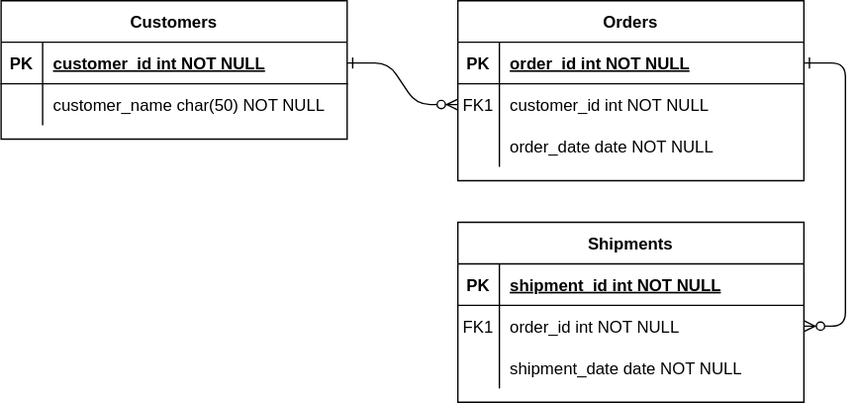
The draw.io diagram document/project-board-erd.svg in hhongyeahh/project-board, before a commit. Source tidied: cells renumbered, new cells last; positions are measured from the earlier drawing's top-left corner, leaving out a move shared by most shapes. The source it was exported from:
```xml
<mxGraphModel>
  <root>
    <mxCell id="0" />
    <mxCell id="1" parent="0" />
    <mxCell id="2" style="edgeStyle=entityRelationEdgeStyle;endArrow=ERzeroToMany;startArrow=ERone;endFill=1;startFill=0;" parent="1" edge="1" source="25" target="8">
      <mxGeometry relative="1" as="geometry" />
    </mxCell>
    <mxCell id="3" style="edgeStyle=entityRelationEdgeStyle;endArrow=ERzeroToMany;startArrow=ERone;endFill=1;startFill=0;" parent="1" edge="1" source="5" target="18">
      <mxGeometry relative="1" as="geometry" />
    </mxCell>
    <mxCell id="4" value="Orders" style="shape=table;startSize=30;rowLines=0;fontStyle=1;align=center;" parent="1" vertex="1">
      <mxGeometry x="330" width="250" height="130" as="geometry" />
    </mxCell>
    <mxCell id="5" style="shape=partialRectangle;fillColor=none;points=[[0,0.5],[1,0.5]];portConstraint=eastwest;top=0;left=0;right=0;bottom=1;" parent="4" vertex="1">
      <mxGeometry y="30" width="250" height="30" as="geometry" />
    </mxCell>
    <mxCell id="6" value="PK" style="shape=partialRectangle;overflow=hidden;fillColor=none;top=0;left=0;bottom=0;right=0;fontStyle=1;" parent="5" vertex="1">
      <mxGeometry width="30" height="30" as="geometry" />
    </mxCell>
    <mxCell id="7" value="order_id int NOT NULL " style="shape=partialRectangle;overflow=hidden;fillColor=none;top=0;left=0;bottom=0;right=0;align=left;spacingLeft=6;fontStyle=5;" parent="5" vertex="1">
      <mxGeometry x="30" width="220" height="30" as="geometry" />
    </mxCell>
    <mxCell id="8" style="shape=partialRectangle;fillColor=none;points=[[0,0.5],[1,0.5]];portConstraint=eastwest;top=0;left=0;right=0;bottom=0;" parent="4" vertex="1">
      <mxGeometry y="60" width="250" height="30" as="geometry" />
    </mxCell>
    <mxCell id="9" value="FK1" style="shape=partialRectangle;overflow=hidden;fillColor=none;top=0;left=0;bottom=0;right=0;" parent="8" vertex="1">
      <mxGeometry width="30" height="30" as="geometry" />
    </mxCell>
    <mxCell id="10" value="customer_id int NOT NULL" style="shape=partialRectangle;overflow=hidden;fillColor=none;top=0;left=0;bottom=0;right=0;align=left;spacingLeft=6;" parent="8" vertex="1">
      <mxGeometry x="30" width="220" height="30" as="geometry" />
    </mxCell>
    <mxCell id="11" style="shape=partialRectangle;fillColor=none;top=0;left=0;right=0;bottom=0;" parent="4" vertex="1">
      <mxGeometry y="90" width="250" height="30" as="geometry" />
    </mxCell>
    <mxCell id="12" style="shape=partialRectangle;overflow=hidden;fillColor=none;top=0;left=0;bottom=0;right=0;" parent="11" vertex="1">
      <mxGeometry width="30" height="30" as="geometry" />
    </mxCell>
    <mxCell id="13" value="order_date date NOT NULL" style="shape=partialRectangle;overflow=hidden;fillColor=none;top=0;left=0;bottom=0;right=0;align=left;spacingLeft=6;" parent="11" vertex="1">
      <mxGeometry x="30" width="220" height="30" as="geometry" />
    </mxCell>
    <mxCell id="14" value="Shipments" style="shape=table;startSize=30;rowLines=0;fontStyle=1;align=center;" parent="1" vertex="1">
      <mxGeometry x="330" y="160" width="250" height="130" as="geometry" />
    </mxCell>
    <mxCell id="15" style="shape=partialRectangle;fillColor=none;top=0;left=0;right=0;bottom=1;" parent="14" vertex="1">
      <mxGeometry y="30" width="250" height="30" as="geometry" />
    </mxCell>
    <mxCell id="16" value="PK" style="shape=partialRectangle;overflow=hidden;fillColor=none;top=0;left=0;bottom=0;right=0;fontStyle=1;" parent="15" vertex="1">
      <mxGeometry width="30" height="30" as="geometry" />
    </mxCell>
    <mxCell id="17" value="shipment_id int NOT NULL " style="shape=partialRectangle;overflow=hidden;fillColor=none;top=0;left=0;bottom=0;right=0;align=left;spacingLeft=6;fontStyle=5;" parent="15" vertex="1">
      <mxGeometry x="30" width="220" height="30" as="geometry" />
    </mxCell>
    <mxCell id="18" style="shape=partialRectangle;fillColor=none;points=[[0,0.5],[1,0.5]];portConstraint=eastwest;top=0;left=0;right=0;bottom=0;" parent="14" vertex="1">
      <mxGeometry y="60" width="250" height="30" as="geometry" />
    </mxCell>
    <mxCell id="19" value="FK1" style="shape=partialRectangle;overflow=hidden;fillColor=none;top=0;left=0;bottom=0;right=0;" parent="18" vertex="1">
      <mxGeometry width="30" height="30" as="geometry" />
    </mxCell>
    <mxCell id="20" value="order_id int NOT NULL" style="shape=partialRectangle;overflow=hidden;fillColor=none;top=0;left=0;bottom=0;right=0;align=left;spacingLeft=6;" parent="18" vertex="1">
      <mxGeometry x="30" width="220" height="30" as="geometry" />
    </mxCell>
    <mxCell id="21" style="shape=partialRectangle;fillColor=none;top=0;left=0;right=0;bottom=0;" parent="14" vertex="1">
      <mxGeometry y="90" width="250" height="30" as="geometry" />
    </mxCell>
    <mxCell id="22" style="shape=partialRectangle;overflow=hidden;fillColor=none;top=0;left=0;bottom=0;right=0;" parent="21" vertex="1">
      <mxGeometry width="30" height="30" as="geometry" />
    </mxCell>
    <mxCell id="23" value="shipment_date date NOT NULL" style="shape=partialRectangle;overflow=hidden;fillColor=none;top=0;left=0;bottom=0;right=0;align=left;spacingLeft=6;" parent="21" vertex="1">
      <mxGeometry x="30" width="220" height="30" as="geometry" />
    </mxCell>
    <mxCell id="24" value="Customers" style="shape=table;startSize=30;rowLines=0;fontStyle=1;align=center;" parent="1" vertex="1">
      <mxGeometry width="250" height="100" as="geometry" />
    </mxCell>
    <mxCell id="25" style="shape=partialRectangle;fillColor=none;points=[[0,0.5],[1,0.5]];portConstraint=eastwest;top=0;left=0;right=0;bottom=1;" parent="24" vertex="1">
      <mxGeometry y="30" width="250" height="30" as="geometry" />
    </mxCell>
    <mxCell id="26" value="PK" style="shape=partialRectangle;overflow=hidden;fillColor=none;top=0;left=0;bottom=0;right=0;fontStyle=1;" parent="25" vertex="1">
      <mxGeometry width="30" height="30" as="geometry" />
    </mxCell>
    <mxCell id="27" value="customer_id int NOT NULL " style="shape=partialRectangle;overflow=hidden;fillColor=none;top=0;left=0;bottom=0;right=0;align=left;spacingLeft=6;fontStyle=5;" parent="25" vertex="1">
      <mxGeometry x="30" width="220" height="30" as="geometry" />
    </mxCell>
    <mxCell id="28" style="shape=partialRectangle;fillColor=none;top=0;left=0;right=0;bottom=0;" parent="24" vertex="1">
      <mxGeometry y="60" width="250" height="30" as="geometry" />
    </mxCell>
    <mxCell id="29" style="shape=partialRectangle;overflow=hidden;fillColor=none;top=0;left=0;bottom=0;right=0;" parent="28" vertex="1">
      <mxGeometry width="30" height="30" as="geometry" />
    </mxCell>
    <mxCell id="30" value="customer_name char(50) NOT NULL" style="shape=partialRectangle;overflow=hidden;fillColor=none;top=0;left=0;bottom=0;right=0;align=left;spacingLeft=6;" parent="28" vertex="1">
      <mxGeometry x="30" width="220" height="30" as="geometry" />
    </mxCell>
  </root>
</mxGraphModel>
```
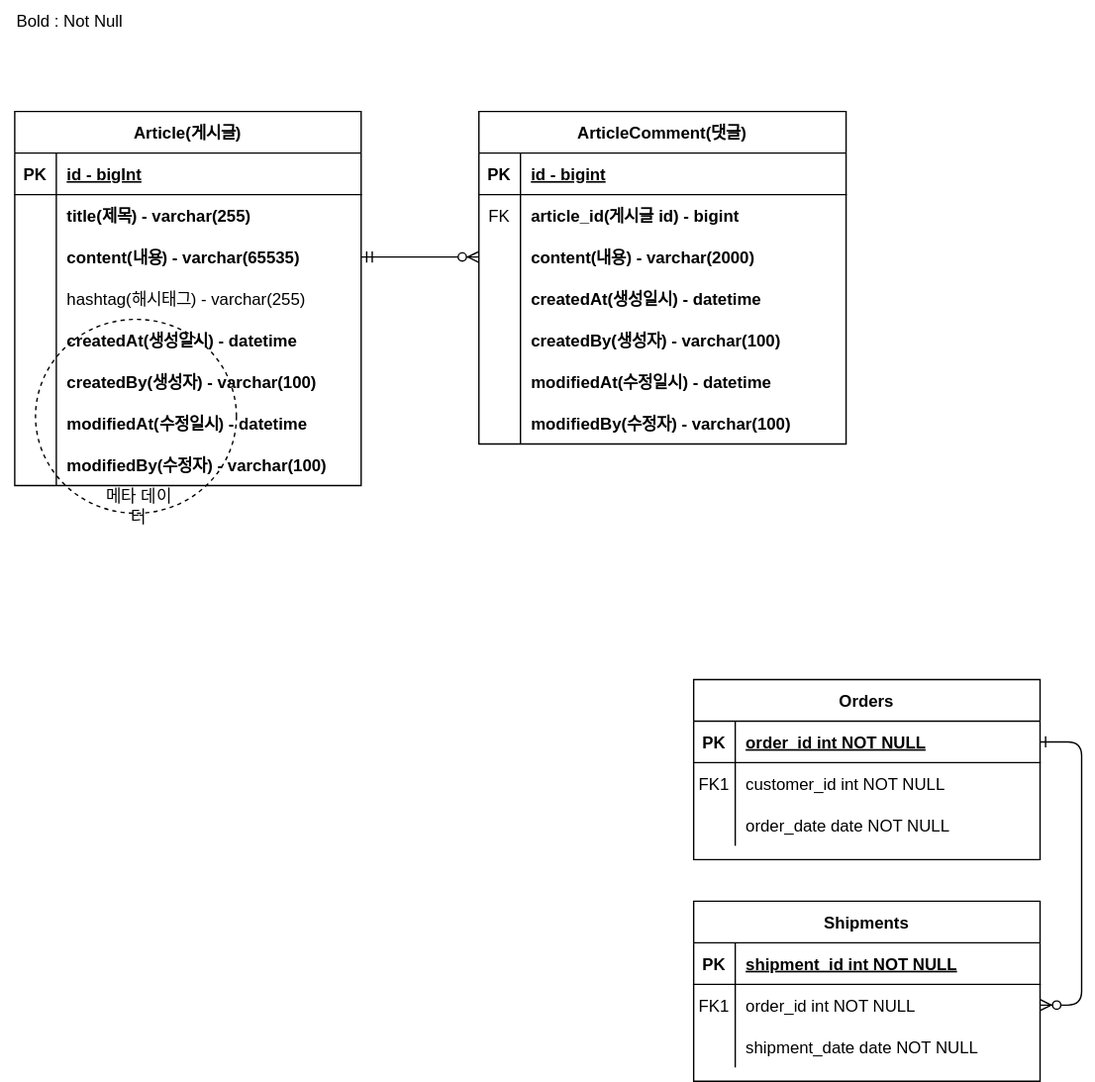
The same file after the commit.

The edit, as a diff of the source:
```diff
@@ -2,9 +2,6 @@
   <root>
     <mxCell id="0" />
     <mxCell id="1" parent="0" />
-    <mxCell id="2" style="edgeStyle=entityRelationEdgeStyle;endArrow=ERzeroToMany;startArrow=ERone;endFill=1;startFill=0;" parent="1" edge="1" source="25" target="8">
-      <mxGeometry relative="1" as="geometry" />
-    </mxCell>
     <mxCell id="3" style="edgeStyle=entityRelationEdgeStyle;endArrow=ERzeroToMany;startArrow=ERone;endFill=1;startFill=0;" parent="1" edge="1" source="5" target="18">
       <mxGeometry relative="1" as="geometry" />
     </mxCell>
@@ -68,8 +65,8 @@
     <mxCell id="23" value="shipment_date date NOT NULL" style="shape=partialRectangle;overflow=hidden;fillColor=none;top=0;left=0;bottom=0;right=0;align=left;spacingLeft=6;" parent="21" vertex="1">
       <mxGeometry x="30" width="220" height="30" as="geometry" />
     </mxCell>
-    <mxCell id="24" value="Customers" style="shape=table;startSize=30;rowLines=0;fontStyle=1;align=center;" parent="1" vertex="1">
-      <mxGeometry width="250" height="100" as="geometry" />
+    <mxCell id="24" value="Article(게시글)" style="shape=table;startSize=30;rowLines=0;fontStyle=1;align=center;" parent="1" vertex="1">
+      <mxGeometry x="-160" y="-410" width="250" height="270" as="geometry" />
     </mxCell>
     <mxCell id="25" style="shape=partialRectangle;fillColor=none;points=[[0,0.5],[1,0.5]];portConstraint=eastwest;top=0;left=0;right=0;bottom=1;" parent="24" vertex="1">
       <mxGeometry y="30" width="250" height="30" as="geometry" />
@@ -77,7 +74,7 @@
     <mxCell id="26" value="PK" style="shape=partialRectangle;overflow=hidden;fillColor=none;top=0;left=0;bottom=0;right=0;fontStyle=1;" parent="25" vertex="1">
       <mxGeometry width="30" height="30" as="geometry" />
     </mxCell>
-    <mxCell id="27" value="customer_id int NOT NULL " style="shape=partialRectangle;overflow=hidden;fillColor=none;top=0;left=0;bottom=0;right=0;align=left;spacingLeft=6;fontStyle=5;" parent="25" vertex="1">
+    <mxCell id="27" value="id - bigInt" style="shape=partialRectangle;overflow=hidden;fillColor=none;top=0;left=0;bottom=0;right=0;align=left;spacingLeft=6;fontStyle=5;" parent="25" vertex="1">
       <mxGeometry x="30" width="220" height="30" as="geometry" />
     </mxCell>
     <mxCell id="28" style="shape=partialRectangle;fillColor=none;top=0;left=0;right=0;bottom=0;" parent="24" vertex="1">
@@ -86,8 +83,140 @@
     <mxCell id="29" style="shape=partialRectangle;overflow=hidden;fillColor=none;top=0;left=0;bottom=0;right=0;" parent="28" vertex="1">
       <mxGeometry width="30" height="30" as="geometry" />
     </mxCell>
-    <mxCell id="30" value="customer_name char(50) NOT NULL" style="shape=partialRectangle;overflow=hidden;fillColor=none;top=0;left=0;bottom=0;right=0;align=left;spacingLeft=6;" parent="28" vertex="1">
+    <mxCell id="30" value="title(제목) - varchar(255) " style="shape=partialRectangle;overflow=hidden;fillColor=none;top=0;left=0;bottom=0;right=0;align=left;spacingLeft=6;fontStyle=1;" parent="28" vertex="1">
       <mxGeometry x="30" width="220" height="30" as="geometry" />
     </mxCell>
+    <mxCell id="31" style="shape=partialRectangle;fillColor=none;points=[[0,0.5],[1,0.5]];portConstraint=eastwest;top=0;left=0;right=0;bottom=0;" parent="24" vertex="1">
+      <mxGeometry y="90" width="250" height="30" as="geometry" />
+    </mxCell>
+    <mxCell id="32" style="shape=partialRectangle;overflow=hidden;fillColor=none;top=0;left=0;bottom=0;right=0;" parent="31" vertex="1">
+      <mxGeometry width="30" height="30" as="geometry" />
+    </mxCell>
+    <mxCell id="33" value="content(내용) - varchar(65535)" style="shape=partialRectangle;overflow=hidden;fillColor=none;top=0;left=0;bottom=0;right=0;align=left;spacingLeft=6;fontStyle=1;" parent="31" vertex="1">
+      <mxGeometry x="30" width="220" height="30" as="geometry" />
+    </mxCell>
+    <mxCell id="34" style="shape=partialRectangle;fillColor=none;top=0;left=0;right=0;bottom=0;" parent="24" vertex="1">
+      <mxGeometry y="120" width="250" height="30" as="geometry" />
+    </mxCell>
+    <mxCell id="35" style="shape=partialRectangle;overflow=hidden;fillColor=none;top=0;left=0;bottom=0;right=0;" parent="34" vertex="1">
+      <mxGeometry width="30" height="30" as="geometry" />
+    </mxCell>
+    <mxCell id="36" value="hashtag(해시태그) - varchar(255)" style="shape=partialRectangle;overflow=hidden;fillColor=none;top=0;left=0;bottom=0;right=0;align=left;spacingLeft=6;" parent="34" vertex="1">
+      <mxGeometry x="30" width="220" height="30" as="geometry" />
+    </mxCell>
+    <mxCell id="37" style="shape=partialRectangle;fillColor=none;top=0;left=0;right=0;bottom=0;" parent="24" vertex="1">
+      <mxGeometry y="150" width="250" height="30" as="geometry" />
+    </mxCell>
+    <mxCell id="38" style="shape=partialRectangle;overflow=hidden;fillColor=none;top=0;left=0;bottom=0;right=0;" parent="37" vertex="1">
+      <mxGeometry width="30" height="30" as="geometry" />
+    </mxCell>
+    <mxCell id="39" value="createdAt(생성일시) - datetime" style="shape=partialRectangle;overflow=hidden;fillColor=none;top=0;left=0;bottom=0;right=0;align=left;spacingLeft=6;fontStyle=1;" parent="37" vertex="1">
+      <mxGeometry x="30" width="220" height="30" as="geometry" />
+    </mxCell>
+    <mxCell id="40" style="shape=partialRectangle;fillColor=none;top=0;left=0;right=0;bottom=0;" parent="24" vertex="1">
+      <mxGeometry y="180" width="250" height="30" as="geometry" />
+    </mxCell>
+    <mxCell id="41" style="shape=partialRectangle;overflow=hidden;fillColor=none;top=0;left=0;bottom=0;right=0;" parent="40" vertex="1">
+      <mxGeometry width="30" height="30" as="geometry" />
+    </mxCell>
+    <mxCell id="42" value="createdBy(생성자) - varchar(100)" style="shape=partialRectangle;overflow=hidden;fillColor=none;top=0;left=0;bottom=0;right=0;align=left;spacingLeft=6;fontStyle=1;" parent="40" vertex="1">
+      <mxGeometry x="30" width="220" height="30" as="geometry" />
+    </mxCell>
+    <mxCell id="43" style="shape=partialRectangle;fillColor=none;top=0;left=0;right=0;bottom=0;" parent="24" vertex="1">
+      <mxGeometry y="210" width="250" height="30" as="geometry" />
+    </mxCell>
+    <mxCell id="44" style="shape=partialRectangle;overflow=hidden;fillColor=none;top=0;left=0;bottom=0;right=0;" parent="43" vertex="1">
+      <mxGeometry width="30" height="30" as="geometry" />
+    </mxCell>
+    <mxCell id="45" value="modifiedAt(수정일시) - datetime" style="shape=partialRectangle;overflow=hidden;fillColor=none;top=0;left=0;bottom=0;right=0;align=left;spacingLeft=6;fontStyle=1;" parent="43" vertex="1">
+      <mxGeometry x="30" width="220" height="30" as="geometry" />
+    </mxCell>
+    <mxCell id="46" style="shape=partialRectangle;fillColor=none;top=0;left=0;right=0;bottom=0;" parent="24" vertex="1">
+      <mxGeometry y="240" width="250" height="30" as="geometry" />
+    </mxCell>
+    <mxCell id="47" style="shape=partialRectangle;overflow=hidden;fillColor=none;top=0;left=0;bottom=0;right=0;" parent="46" vertex="1">
+      <mxGeometry width="30" height="30" as="geometry" />
+    </mxCell>
+    <mxCell id="48" value="modifiedBy(수정자) - varchar(100)" style="shape=partialRectangle;overflow=hidden;fillColor=none;top=0;left=0;bottom=0;right=0;align=left;spacingLeft=6;fontStyle=1;" parent="46" vertex="1">
+      <mxGeometry x="30" width="220" height="30" as="geometry" />
+    </mxCell>
+    <mxCell id="49" value="ArticleComment(댓글)" style="shape=table;startSize=30;rowLines=0;fontStyle=1;align=center;" parent="1" vertex="1">
+      <mxGeometry x="175" y="-410" width="265" height="240" as="geometry" />
+    </mxCell>
+    <mxCell id="50" style="shape=partialRectangle;fillColor=none;top=0;left=0;right=0;bottom=1;" parent="49" vertex="1">
+      <mxGeometry y="30" width="265" height="30" as="geometry" />
+    </mxCell>
+    <mxCell id="51" value="PK" style="shape=partialRectangle;overflow=hidden;fillColor=none;top=0;left=0;bottom=0;right=0;fontStyle=1;" parent="50" vertex="1">
+      <mxGeometry width="30" height="30" as="geometry" />
+    </mxCell>
+    <mxCell id="52" value="id - bigint" style="shape=partialRectangle;overflow=hidden;fillColor=none;top=0;left=0;bottom=0;right=0;align=left;spacingLeft=6;fontStyle=5;" parent="50" vertex="1">
+      <mxGeometry x="30" width="235" height="30" as="geometry" />
+    </mxCell>
+    <mxCell id="53" style="shape=partialRectangle;fillColor=none;top=0;left=0;right=0;bottom=0;" parent="49" vertex="1">
+      <mxGeometry y="60" width="265" height="30" as="geometry" />
+    </mxCell>
+    <mxCell id="54" value="FK" style="shape=partialRectangle;overflow=hidden;fillColor=none;top=0;left=0;bottom=0;right=0;" parent="53" vertex="1">
+      <mxGeometry width="30" height="30" as="geometry" />
+    </mxCell>
+    <mxCell id="55" value="article_id(게시글 id) - bigint" style="shape=partialRectangle;overflow=hidden;fillColor=none;top=0;left=0;bottom=0;right=0;align=left;spacingLeft=6;fontStyle=1;" parent="53" vertex="1">
+      <mxGeometry x="30" width="235" height="30" as="geometry" />
+    </mxCell>
+    <mxCell id="56" style="shape=partialRectangle;fillColor=none;points=[[0,0.5],[1,0.5]];portConstraint=eastwest;top=0;left=0;right=0;bottom=0;" parent="49" vertex="1">
+      <mxGeometry y="90" width="265" height="30" as="geometry" />
+    </mxCell>
+    <mxCell id="57" style="shape=partialRectangle;overflow=hidden;fillColor=none;top=0;left=0;bottom=0;right=0;" parent="56" vertex="1">
+      <mxGeometry width="30" height="30" as="geometry" />
+    </mxCell>
+    <mxCell id="58" value="content(내용) - varchar(2000)" style="shape=partialRectangle;overflow=hidden;fillColor=none;top=0;left=0;bottom=0;right=0;align=left;spacingLeft=6;fontStyle=1;" parent="56" vertex="1">
+      <mxGeometry x="30" width="235" height="30" as="geometry" />
+    </mxCell>
+    <mxCell id="59" style="shape=partialRectangle;fillColor=none;top=0;left=0;right=0;bottom=0;" parent="49" vertex="1">
+      <mxGeometry y="120" width="265" height="30" as="geometry" />
+    </mxCell>
+    <mxCell id="60" style="shape=partialRectangle;overflow=hidden;fillColor=none;top=0;left=0;bottom=0;right=0;" parent="59" vertex="1">
+      <mxGeometry width="30" height="30" as="geometry" />
+    </mxCell>
+    <mxCell id="61" value="createdAt(생성일시) - datetime" style="shape=partialRectangle;overflow=hidden;fillColor=none;top=0;left=0;bottom=0;right=0;align=left;spacingLeft=6;fontStyle=1;" parent="59" vertex="1">
+      <mxGeometry x="30" width="235" height="30" as="geometry" />
+    </mxCell>
+    <mxCell id="62" style="shape=partialRectangle;fillColor=none;top=0;left=0;right=0;bottom=0;" parent="49" vertex="1">
+      <mxGeometry y="150" width="265" height="30" as="geometry" />
+    </mxCell>
+    <mxCell id="63" style="shape=partialRectangle;overflow=hidden;fillColor=none;top=0;left=0;bottom=0;right=0;" parent="62" vertex="1">
+      <mxGeometry width="30" height="30" as="geometry" />
+    </mxCell>
+    <mxCell id="64" value="createdBy(생성자) - varchar(100)" style="shape=partialRectangle;overflow=hidden;fillColor=none;top=0;left=0;bottom=0;right=0;align=left;spacingLeft=6;fontStyle=1;" parent="62" vertex="1">
+      <mxGeometry x="30" width="235" height="30" as="geometry" />
+    </mxCell>
+    <mxCell id="65" style="shape=partialRectangle;fillColor=none;top=0;left=0;right=0;bottom=0;" parent="49" vertex="1">
+      <mxGeometry y="180" width="265" height="30" as="geometry" />
+    </mxCell>
+    <mxCell id="66" style="shape=partialRectangle;overflow=hidden;fillColor=none;top=0;left=0;bottom=0;right=0;" parent="65" vertex="1">
+      <mxGeometry width="30" height="30" as="geometry" />
+    </mxCell>
+    <mxCell id="67" value="modifiedAt(수정일시) - datetime" style="shape=partialRectangle;overflow=hidden;fillColor=none;top=0;left=0;bottom=0;right=0;align=left;spacingLeft=6;fontStyle=1;" parent="65" vertex="1">
+      <mxGeometry x="30" width="235" height="30" as="geometry" />
+    </mxCell>
+    <mxCell id="68" style="shape=partialRectangle;fillColor=none;top=0;left=0;right=0;bottom=0;" parent="49" vertex="1">
+      <mxGeometry y="210" width="265" height="30" as="geometry" />
+    </mxCell>
+    <mxCell id="69" style="shape=partialRectangle;overflow=hidden;fillColor=none;top=0;left=0;bottom=0;right=0;" parent="68" vertex="1">
+      <mxGeometry width="30" height="30" as="geometry" />
+    </mxCell>
+    <mxCell id="70" value="modifiedBy(수정자) - varchar(100)" style="shape=partialRectangle;overflow=hidden;fillColor=none;top=0;left=0;bottom=0;right=0;align=left;spacingLeft=6;fontStyle=1;" parent="68" vertex="1">
+      <mxGeometry x="30" width="235" height="30" as="geometry" />
+    </mxCell>
+    <mxCell id="71" style="edgeStyle=entityRelationEdgeStyle;fontSize=12;html=1;endArrow=ERzeroToMany;startArrow=ERmandOne;rounded=0;exitX=1;exitY=0.5;exitDx=0;exitDy=0;entryX=0;entryY=0.5;entryDx=0;entryDy=0;" parent="1" edge="1" source="31" target="56">
+      <mxGeometry relative="1" as="geometry" />
+    </mxCell>
+    <mxCell id="72" value="Bold : Not Null" style="text;html=1;align=center;verticalAlign=middle;whiteSpace=wrap;rounded=0;" parent="1" vertex="1">
+      <mxGeometry x="-170" y="-490" width="100" height="30" as="geometry" />
+    </mxCell>
+    <mxCell id="73" style="ellipse;whiteSpace=wrap;html=1;fillColor=none;dashed=1;" parent="1" vertex="1">
+      <mxGeometry x="-145" y="-260" width="145" height="140" as="geometry" />
+    </mxCell>
+    <mxCell id="74" value="메타 데이터" style="text;html=1;align=center;verticalAlign=middle;whiteSpace=wrap;rounded=0;" parent="1" vertex="1">
+      <mxGeometry x="-100" y="-140" width="60" height="30" as="geometry" />
+    </mxCell>
   </root>
 </mxGraphModel>
```
